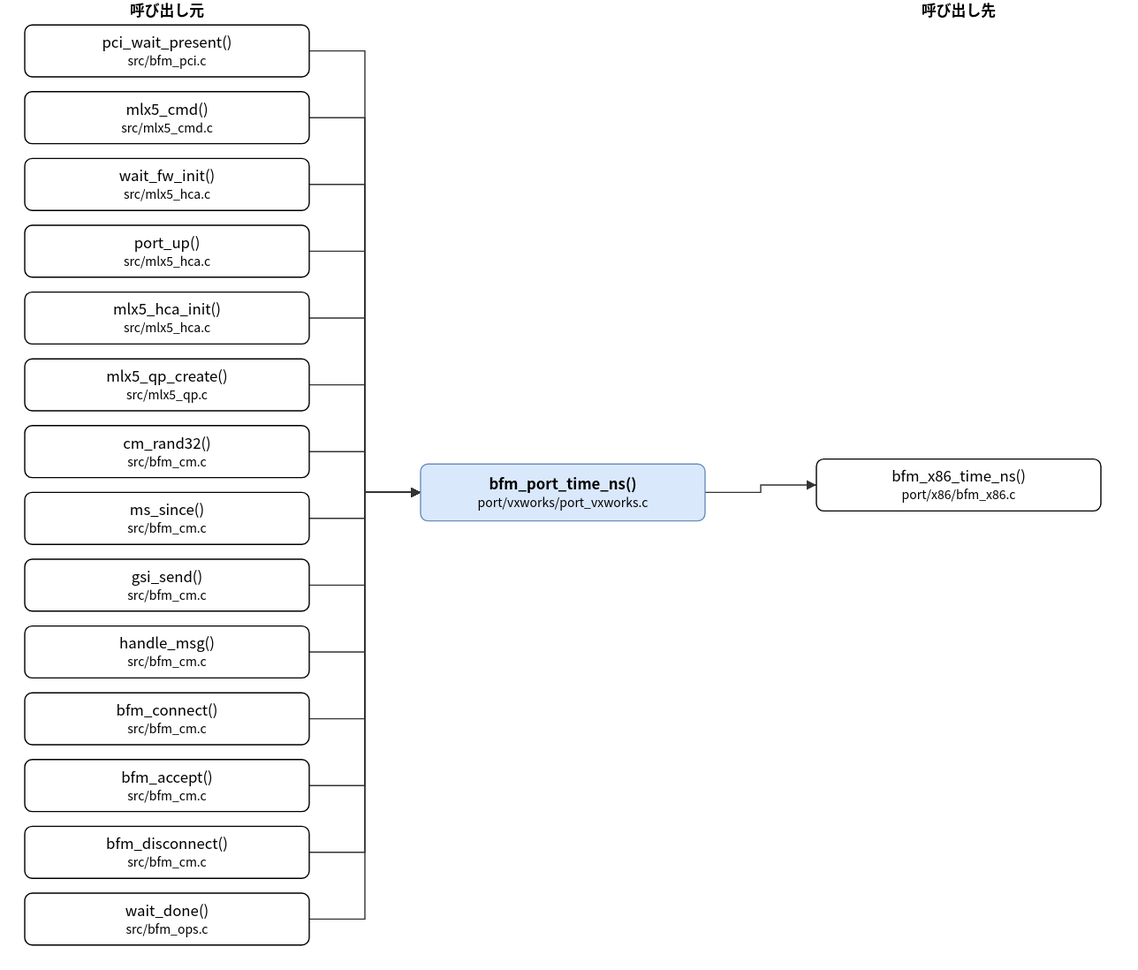
Earlier version of the draw.io export doc/spec/images/call_port_vxworks_port_vxworks-bfm_port_time_ns.drawio.svg (hf355051012-ai/bfmem). Source tidied: cells renumbered, new cells last; positions are measured from the earlier drawing's top-left corner, leaving out a move shared by most shapes.
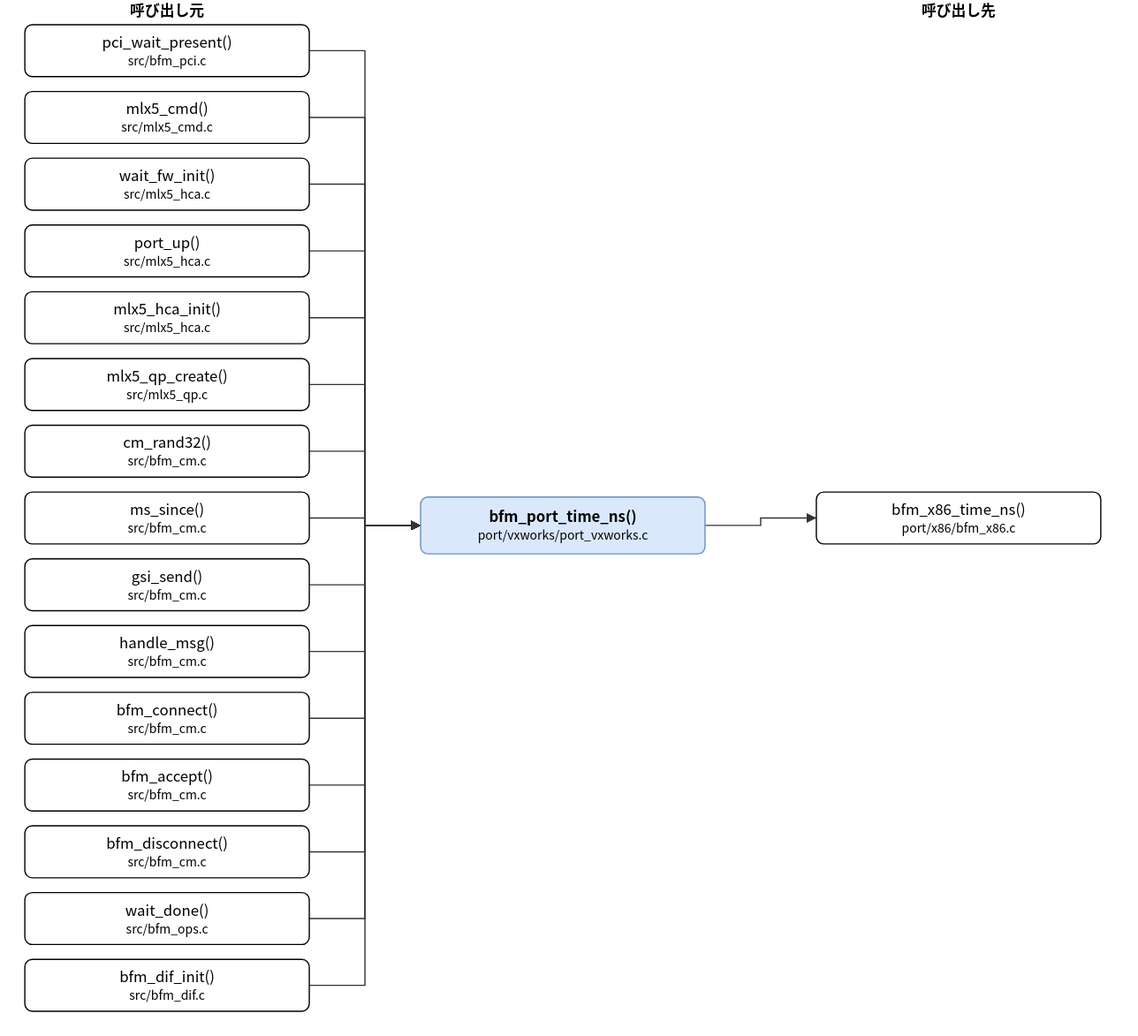
The same file after the commit.

Change to the diagram source:
```diff
@@ -3,7 +3,7 @@
     <mxCell id="0" />
     <mxCell id="1" parent="0" />
     <mxCell id="2" value="bfm_port_time_ns()&lt;br&gt;&lt;font style=&quot;font-size:10px&quot;&gt;port/vxworks/port_vxworks.c&lt;/font&gt;" style="rounded=1;whiteSpace=wrap;html=1;fillColor=#dae8fc;strokeColor=#6c8ebf;fontStyle=1;" parent="1" vertex="1">
-      <mxGeometry x="320" y="375" width="230" height="46" as="geometry" />
+      <mxGeometry x="320" y="402" width="230" height="46" as="geometry" />
     </mxCell>
     <mxCell id="3" value="pci_wait_present()&lt;br&gt;&lt;font style=&quot;font-size:10px&quot;&gt;src/bfm_pci.c&lt;/font&gt;" style="rounded=1;whiteSpace=wrap;html=1;" parent="1" vertex="1">
       <mxGeometry y="20" width="230" height="42" as="geometry" />
@@ -47,14 +47,17 @@
     <mxCell id="16" value="wait_done()&lt;br&gt;&lt;font style=&quot;font-size:10px&quot;&gt;src/bfm_ops.c&lt;/font&gt;" style="rounded=1;whiteSpace=wrap;html=1;" parent="1" vertex="1">
       <mxGeometry y="722" width="230" height="42" as="geometry" />
     </mxCell>
+    <mxCell id="35" value="bfm_dif_init()&lt;br&gt;&lt;font style=&quot;font-size:10px&quot;&gt;src/bfm_dif.c&lt;/font&gt;" style="rounded=1;whiteSpace=wrap;html=1;" parent="1" vertex="1">
+      <mxGeometry y="776" width="230" height="42" as="geometry" />
+    </mxCell>
     <mxCell id="17" value="bfm_x86_time_ns()&lt;br&gt;&lt;font style=&quot;font-size:10px&quot;&gt;port/x86/bfm_x86.c&lt;/font&gt;" style="rounded=1;whiteSpace=wrap;html=1;" parent="1" vertex="1">
-      <mxGeometry x="640" y="371" width="230" height="42" as="geometry" />
+      <mxGeometry x="640" y="398" width="230" height="42" as="geometry" />
     </mxCell>
     <mxCell id="18" style="edgeStyle=none;html=1;rounded=0;endArrow=block;endFill=1;exitX=1.0000;exitY=0.5000;exitDx=0;exitDy=0;exitPerimeter=0;entryX=0.0000;entryY=0.5000;entryDx=0;entryDy=0;entryPerimeter=0;" parent="1" edge="1" source="3" target="2">
       <mxGeometry relative="1" as="geometry">
         <Array as="points">
           <mxPoint x="275" y="41" />
-          <mxPoint x="275" y="398" />
+          <mxPoint x="275" y="425" />
         </Array>
       </mxGeometry>
     </mxCell>
@@ -62,7 +65,7 @@
       <mxGeometry relative="1" as="geometry">
         <Array as="points">
           <mxPoint x="275" y="95" />
-          <mxPoint x="275" y="398" />
+          <mxPoint x="275" y="425" />
         </Array>
       </mxGeometry>
     </mxCell>
@@ -70,7 +73,7 @@
       <mxGeometry relative="1" as="geometry">
         <Array as="points">
           <mxPoint x="275" y="149" />
-          <mxPoint x="275" y="398" />
+          <mxPoint x="275" y="425" />
         </Array>
       </mxGeometry>
     </mxCell>
@@ -78,7 +81,7 @@
       <mxGeometry relative="1" as="geometry">
         <Array as="points">
           <mxPoint x="275" y="203" />
-          <mxPoint x="275" y="398" />
+          <mxPoint x="275" y="425" />
         </Array>
       </mxGeometry>
     </mxCell>
@@ -86,7 +89,7 @@
       <mxGeometry relative="1" as="geometry">
         <Array as="points">
           <mxPoint x="275" y="257" />
-          <mxPoint x="275" y="398" />
+          <mxPoint x="275" y="425" />
         </Array>
       </mxGeometry>
     </mxCell>
@@ -94,7 +97,7 @@
       <mxGeometry relative="1" as="geometry">
         <Array as="points">
           <mxPoint x="275" y="311" />
-          <mxPoint x="275" y="398" />
+          <mxPoint x="275" y="425" />
         </Array>
       </mxGeometry>
     </mxCell>
@@ -102,7 +105,7 @@
       <mxGeometry relative="1" as="geometry">
         <Array as="points">
           <mxPoint x="275" y="365" />
-          <mxPoint x="275" y="398" />
+          <mxPoint x="275" y="425" />
         </Array>
       </mxGeometry>
     </mxCell>
@@ -110,7 +113,7 @@
       <mxGeometry relative="1" as="geometry">
         <Array as="points">
           <mxPoint x="275" y="419" />
-          <mxPoint x="275" y="398" />
+          <mxPoint x="275" y="425" />
         </Array>
       </mxGeometry>
     </mxCell>
@@ -118,7 +121,7 @@
       <mxGeometry relative="1" as="geometry">
         <Array as="points">
           <mxPoint x="275" y="473" />
-          <mxPoint x="275" y="398" />
+          <mxPoint x="275" y="425" />
         </Array>
       </mxGeometry>
     </mxCell>
@@ -126,7 +129,7 @@
       <mxGeometry relative="1" as="geometry">
         <Array as="points">
           <mxPoint x="275" y="527" />
-          <mxPoint x="275" y="398" />
+          <mxPoint x="275" y="425" />
         </Array>
       </mxGeometry>
     </mxCell>
@@ -134,7 +137,7 @@
       <mxGeometry relative="1" as="geometry">
         <Array as="points">
           <mxPoint x="275" y="581" />
-          <mxPoint x="275" y="398" />
+          <mxPoint x="275" y="425" />
         </Array>
       </mxGeometry>
     </mxCell>
@@ -142,7 +145,7 @@
       <mxGeometry relative="1" as="geometry">
         <Array as="points">
           <mxPoint x="275" y="635" />
-          <mxPoint x="275" y="398" />
+          <mxPoint x="275" y="425" />
         </Array>
       </mxGeometry>
     </mxCell>
@@ -150,7 +153,7 @@
       <mxGeometry relative="1" as="geometry">
         <Array as="points">
           <mxPoint x="275" y="689" />
-          <mxPoint x="275" y="398" />
+          <mxPoint x="275" y="425" />
         </Array>
       </mxGeometry>
     </mxCell>
@@ -158,18 +161,26 @@
       <mxGeometry relative="1" as="geometry">
         <Array as="points">
           <mxPoint x="275" y="743" />
-          <mxPoint x="275" y="398" />
+          <mxPoint x="275" y="425" />
         </Array>
       </mxGeometry>
     </mxCell>
-    <mxCell id="32" style="edgeStyle=none;html=1;rounded=0;endArrow=block;endFill=1;exitX=1.0000;exitY=0.5000;exitDx=0;exitDy=0;exitPerimeter=0;entryX=0.0000;entryY=0.5000;entryDx=0;entryDy=0;entryPerimeter=0;" parent="1" edge="1" source="2" target="17">
+    <mxCell id="32" style="edgeStyle=none;html=1;rounded=0;endArrow=block;endFill=1;exitX=1.0000;exitY=0.5000;exitDx=0;exitDy=0;exitPerimeter=0;entryX=0.0000;entryY=0.5000;entryDx=0;entryDy=0;entryPerimeter=0;" parent="1" edge="1" source="35" target="2">
       <mxGeometry relative="1" as="geometry">
         <Array as="points">
-          <mxPoint x="595" y="398" />
-          <mxPoint x="595" y="392" />
+          <mxPoint x="275" y="797" />
+          <mxPoint x="275" y="425" />
         </Array>
       </mxGeometry>
     </mxCell>
+    <mxCell id="36" style="edgeStyle=none;html=1;rounded=0;endArrow=block;endFill=1;exitX=1.0000;exitY=0.5000;exitDx=0;exitDy=0;exitPerimeter=0;entryX=0.0000;entryY=0.5000;entryDx=0;entryDy=0;entryPerimeter=0;" parent="1" edge="1" source="2" target="17">
+      <mxGeometry relative="1" as="geometry">
+        <Array as="points">
+          <mxPoint x="595" y="425" />
+          <mxPoint x="595" y="419" />
+        </Array>
+      </mxGeometry>
+    </mxCell>
     <mxCell id="33" value="呼び出し元" style="text;html=1;align=center;fontStyle=1;" parent="1" vertex="1">
       <mxGeometry x="35" width="160" height="18" as="geometry" />
     </mxCell>
```
